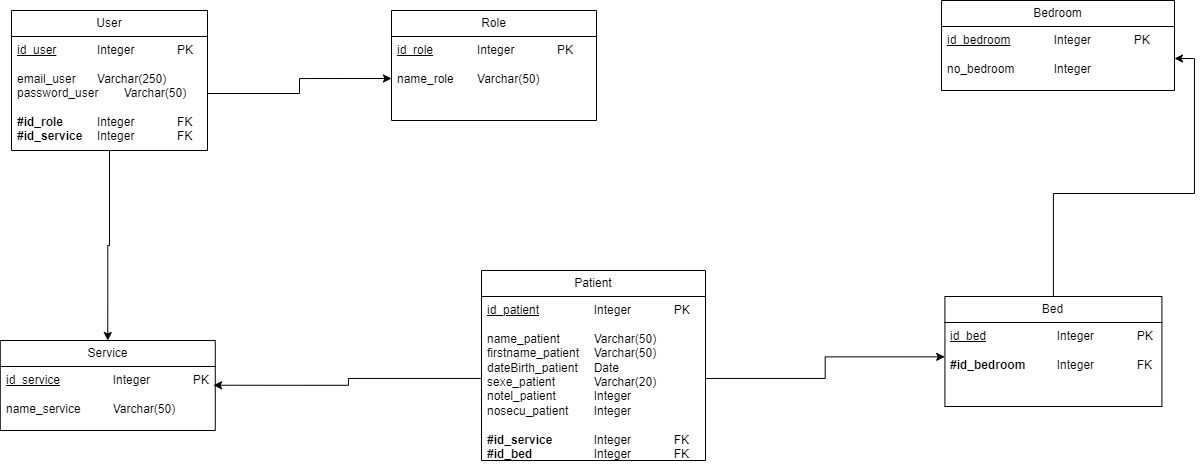
florianpoteau/CDA-Hopital-Back keeps this draw.io diagram as Merise/Merise-MPD.drawio.png. Above is the earlier version. Source tidied: cells renumbered, new cells last; positions are measured from the earlier drawing's top-left corner, leaving out a move shared by most shapes. Source of this version:
```xml
<mxGraphModel>
  <root>
    <mxCell id="0" />
    <mxCell id="1" parent="0" />
    <mxCell id="2" value="Bedroom" style="swimlane;fontStyle=0;horizontal=1;startSize=26;fillColor=none;whiteSpace=wrap;html=1;" parent="1" vertex="1">
      <mxGeometry x="941" width="233" height="90" as="geometry" />
    </mxCell>
    <mxCell id="3" value="&lt;u&gt;id_bedroom&lt;/u&gt;&lt;span style=&quot;white-space: pre;&quot;&gt;&#9;&lt;/span&gt;&lt;span style=&quot;white-space: pre;&quot;&gt;&#9;&lt;/span&gt;Integer&lt;span style=&quot;white-space: pre;&quot;&gt;&#9;&lt;/span&gt;&lt;span style=&quot;white-space: pre;&quot;&gt;&#9;&lt;/span&gt;PK&lt;div&gt;&lt;u&gt;&lt;br&gt;&lt;/u&gt;&lt;div&gt;no_bedroom&lt;span style=&quot;white-space: pre;&quot;&gt;&#9;&lt;/span&gt;&lt;span style=&quot;white-space: pre;&quot;&gt;&#9;&lt;/span&gt;Integer&lt;/div&gt;&lt;/div&gt;" style="text;strokeColor=none;fillColor=none;align=left;verticalAlign=top;spacingLeft=4;spacingRight=4;overflow=hidden;points=[[0,0.5],[1,0.5]];portConstraint=eastwest;whiteSpace=wrap;html=1;" parent="2" vertex="1">
      <mxGeometry y="26" width="233" height="64" as="geometry" />
    </mxCell>
    <mxCell id="4" style="edgeStyle=orthogonalEdgeStyle;rounded=0;jettySize=auto;html=1;entryX=1;entryY=0.5;entryDx=0;entryDy=0;" parent="1" edge="1" source="5" target="3">
      <mxGeometry relative="1" as="geometry" />
    </mxCell>
    <mxCell id="5" value="Bed" style="swimlane;fontStyle=0;horizontal=1;startSize=26;fillColor=none;whiteSpace=wrap;html=1;" parent="1" vertex="1">
      <mxGeometry x="944.4" y="296" width="217" height="110" as="geometry" />
    </mxCell>
    <mxCell id="6" value="&lt;u&gt;id_bed&lt;/u&gt;&lt;span style=&quot;white-space: pre;&quot;&gt;&#9;&lt;/span&gt;&lt;span style=&quot;white-space: pre;&quot;&gt;&#9;&lt;/span&gt;&lt;span style=&quot;white-space: pre;&quot;&gt;&#9;&lt;/span&gt;Integer&lt;span style=&quot;white-space: pre;&quot;&gt;&#9;&lt;/span&gt;&lt;span style=&quot;white-space: pre;&quot;&gt;&#9;&lt;/span&gt;PK&lt;div&gt;&lt;br&gt;&lt;/div&gt;&lt;div&gt;&lt;b&gt;#id_bedroom&lt;/b&gt;&lt;span style=&quot;white-space: pre;&quot;&gt;&#9;&lt;/span&gt;&lt;span style=&quot;white-space: pre;&quot;&gt;&#9;&lt;/span&gt;Integer&lt;span style=&quot;white-space: pre;&quot;&gt;&#9;&lt;/span&gt;&lt;span style=&quot;white-space: pre;&quot;&gt;&#9;&lt;/span&gt;FK&lt;/div&gt;" style="text;strokeColor=none;fillColor=none;align=left;verticalAlign=top;spacingLeft=4;spacingRight=4;overflow=hidden;points=[[0,0.5],[1,0.5]];portConstraint=eastwest;whiteSpace=wrap;html=1;" parent="5" vertex="1">
      <mxGeometry y="26" width="217" height="84" as="geometry" />
    </mxCell>
    <mxCell id="7" value="Role" style="swimlane;fontStyle=0;horizontal=1;startSize=26;fillColor=none;whiteSpace=wrap;html=1;" parent="1" vertex="1">
      <mxGeometry x="391" y="10" width="205" height="110" as="geometry" />
    </mxCell>
    <mxCell id="8" value="&lt;u&gt;id_role&lt;/u&gt;&lt;span style=&quot;text-decoration-line: underline; white-space: pre;&quot;&gt;&#9;&lt;/span&gt;&lt;span style=&quot;text-decoration-line: underline; white-space: pre;&quot;&gt;&#9;&lt;/span&gt;Integer&lt;span style=&quot;white-space: pre;&quot;&gt;&#9;&lt;span style=&quot;white-space: pre;&quot;&gt;&#9;&lt;/span&gt;&lt;/span&gt;PK&lt;div&gt;&lt;u&gt;&lt;br&gt;&lt;/u&gt;&lt;div&gt;name_role&lt;span style=&quot;white-space: pre;&quot;&gt;&#9;&lt;/span&gt;Varchar(50)&lt;/div&gt;&lt;/div&gt;" style="text;strokeColor=none;fillColor=none;align=left;verticalAlign=top;spacingLeft=4;spacingRight=4;overflow=hidden;points=[[0,0.5],[1,0.5]];portConstraint=eastwest;whiteSpace=wrap;html=1;" parent="7" vertex="1">
      <mxGeometry y="26" width="205" height="84" as="geometry" />
    </mxCell>
    <mxCell id="9" value="Service" style="swimlane;fontStyle=0;horizontal=1;startSize=26;fillColor=none;whiteSpace=wrap;html=1;" parent="1" vertex="1">
      <mxGeometry x="-0.2" y="340" width="215" height="90" as="geometry" />
    </mxCell>
    <mxCell id="10" value="&lt;u&gt;id_service&lt;/u&gt;&lt;span style=&quot;white-space: pre;&quot;&gt;&#9;&lt;/span&gt;&lt;span style=&quot;white-space: pre;&quot;&gt;&#9;&lt;/span&gt;Integer&lt;span style=&quot;white-space: pre;&quot;&gt;&#9;&lt;span style=&quot;white-space: pre;&quot;&gt;&#9;&lt;/span&gt;&lt;/span&gt;PK&lt;div&gt;&lt;u&gt;&lt;br&gt;&lt;/u&gt;&lt;div&gt;name_service&lt;span style=&quot;white-space: pre;&quot;&gt;&#9;&lt;/span&gt;&lt;span style=&quot;white-space: pre;&quot;&gt;&#9;&lt;/span&gt;Varchar(50)&lt;/div&gt;&lt;/div&gt;" style="text;strokeColor=none;fillColor=none;align=left;verticalAlign=top;spacingLeft=4;spacingRight=4;overflow=hidden;points=[[0,0.5],[1,0.5]];portConstraint=eastwest;whiteSpace=wrap;html=1;" parent="9" vertex="1">
      <mxGeometry y="26" width="215" height="64" as="geometry" />
    </mxCell>
    <mxCell id="11" value="Patient" style="swimlane;fontStyle=0;horizontal=1;startSize=26;fillColor=none;whiteSpace=wrap;html=1;" parent="1" vertex="1">
      <mxGeometry x="481" y="270" width="224" height="190" as="geometry" />
    </mxCell>
    <mxCell id="12" value="&lt;u&gt;id_patient&lt;/u&gt;&lt;span style=&quot;white-space: pre;&quot;&gt;&#9;&lt;/span&gt;&lt;span style=&quot;white-space: pre;&quot;&gt;&#9;&lt;/span&gt;Integer&lt;span style=&quot;white-space: pre;&quot;&gt;&#9;&lt;/span&gt;&lt;span style=&quot;white-space: pre;&quot;&gt;&#9;&lt;/span&gt;PK&lt;div&gt;&lt;u&gt;&lt;br&gt;&lt;/u&gt;&lt;div&gt;name_patient&lt;span style=&quot;white-space: pre;&quot;&gt;&#9;&lt;/span&gt;&lt;span style=&quot;white-space: pre;&quot;&gt;&#9;&lt;/span&gt;Varchar(50)&lt;/div&gt;&lt;div&gt;firstname_patient&lt;span style=&quot;white-space: pre;&quot;&gt;&#9;&lt;/span&gt;Varchar(50)&lt;/div&gt;&lt;div&gt;dateBirth_patient&lt;span style=&quot;white-space: pre;&quot;&gt;&#9;&lt;/span&gt;Date&lt;/div&gt;&lt;div&gt;sexe_patient&lt;span style=&quot;white-space: pre;&quot;&gt;&#9;&lt;/span&gt;&lt;span style=&quot;white-space: pre;&quot;&gt;&#9;&lt;/span&gt;Varchar(20)&lt;/div&gt;&lt;div&gt;notel_patient&lt;span style=&quot;white-space: pre;&quot;&gt;&#9;&lt;/span&gt;&lt;span style=&quot;white-space: pre;&quot;&gt;&#9;&lt;/span&gt;Integer&lt;/div&gt;&lt;div&gt;nosecu_patient&lt;span style=&quot;white-space: pre;&quot;&gt;&#9;&lt;/span&gt;Integer&lt;/div&gt;&lt;div&gt;&lt;br&gt;&lt;/div&gt;&lt;div&gt;&lt;b&gt;#id_service&lt;/b&gt;&lt;span style=&quot;white-space: pre;&quot;&gt;&#9;&lt;/span&gt;&lt;span style=&quot;white-space: pre;&quot;&gt;&#9;&lt;/span&gt;Integer&lt;span style=&quot;white-space: pre;&quot;&gt;&#9;&lt;/span&gt;&lt;span style=&quot;white-space: pre;&quot;&gt;&#9;&lt;/span&gt;FK&lt;/div&gt;&lt;div&gt;&lt;b&gt;#id_bed&lt;/b&gt;&lt;span style=&quot;white-space: pre;&quot;&gt;&#9;&lt;/span&gt;&lt;span style=&quot;white-space: pre;&quot;&gt;&#9;&lt;/span&gt;&lt;span style=&quot;white-space: pre;&quot;&gt;&#9;&lt;/span&gt;Integer&lt;span style=&quot;white-space: pre;&quot;&gt;&#9;&lt;/span&gt;&lt;span style=&quot;white-space: pre;&quot;&gt;&#9;&lt;/span&gt;FK&lt;/div&gt;&lt;/div&gt;" style="text;strokeColor=none;fillColor=none;align=left;verticalAlign=top;spacingLeft=4;spacingRight=4;overflow=hidden;points=[[0,0.5],[1,0.5]];portConstraint=eastwest;whiteSpace=wrap;html=1;" parent="11" vertex="1">
      <mxGeometry y="26" width="224" height="164" as="geometry" />
    </mxCell>
    <mxCell id="13" style="edgeStyle=orthogonalEdgeStyle;rounded=0;jettySize=auto;html=1;entryX=0.5;entryY=0;entryDx=0;entryDy=0;" parent="1" edge="1" source="14" target="9">
      <mxGeometry relative="1" as="geometry" />
    </mxCell>
    <mxCell id="14" value="User" style="swimlane;fontStyle=0;horizontal=1;startSize=26;fillColor=none;whiteSpace=wrap;html=1;" parent="1" vertex="1">
      <mxGeometry x="11" y="10" width="196" height="140" as="geometry" />
    </mxCell>
    <mxCell id="15" value="&lt;u&gt;id_user&lt;/u&gt;&amp;nbsp;&lt;span style=&quot;white-space: pre;&quot;&gt;&#9;&lt;/span&gt;&lt;span style=&quot;white-space: pre;&quot;&gt;&#9;&lt;/span&gt;Integer&lt;span style=&quot;white-space: pre;&quot;&gt;&#9;&lt;span style=&quot;white-space: pre;&quot;&gt;&#9;&lt;/span&gt;&lt;/span&gt;PK&lt;div&gt;&lt;br&gt;&lt;div&gt;email_user&lt;span style=&quot;white-space: pre;&quot;&gt;&#9;&lt;/span&gt;Varchar(250)&lt;/div&gt;&lt;div&gt;password_user&amp;nbsp;&lt;span style=&quot;white-space: pre;&quot;&gt;&#9;&lt;/span&gt;Varchar(50)&lt;/div&gt;&lt;div&gt;&lt;br&gt;&lt;/div&gt;&lt;div&gt;&lt;b&gt;#id_role&lt;/b&gt;&lt;span style=&quot;font-weight: bold; white-space: pre;&quot;&gt;&#9;&lt;/span&gt;&lt;span style=&quot;font-weight: bold; white-space: pre;&quot;&gt;&#9;&lt;/span&gt;Integer&lt;span style=&quot;white-space: pre;&quot;&gt;&#9;&lt;span style=&quot;white-space: pre;&quot;&gt;&#9;&lt;/span&gt;&lt;/span&gt;FK&lt;/div&gt;&lt;/div&gt;&lt;div&gt;&lt;b&gt;#id_service&lt;/b&gt;&lt;span style=&quot;font-weight: bold; white-space: pre;&quot;&gt;&#9;&lt;/span&gt;Integer&lt;span style=&quot;white-space: pre;&quot;&gt;&#9;&lt;span style=&quot;white-space: pre;&quot;&gt;&#9;&lt;/span&gt;&lt;/span&gt;FK&lt;/div&gt;" style="text;strokeColor=none;fillColor=none;align=left;verticalAlign=top;spacingLeft=4;spacingRight=4;overflow=hidden;points=[[0,0.5],[1,0.5]];portConstraint=eastwest;whiteSpace=wrap;html=1;" parent="14" vertex="1">
      <mxGeometry y="26" width="196" height="114" as="geometry" />
    </mxCell>
    <mxCell id="16" style="edgeStyle=orthogonalEdgeStyle;rounded=0;jettySize=auto;html=1;entryX=0;entryY=0.5;entryDx=0;entryDy=0;" parent="1" edge="1" source="15" target="8">
      <mxGeometry relative="1" as="geometry" />
    </mxCell>
    <mxCell id="17" style="edgeStyle=orthogonalEdgeStyle;rounded=0;jettySize=auto;html=1;entryX=0.992;entryY=0.293;entryDx=0;entryDy=0;entryPerimeter=0;" parent="1" edge="1" source="12" target="10">
      <mxGeometry relative="1" as="geometry" />
    </mxCell>
    <mxCell id="18" style="edgeStyle=orthogonalEdgeStyle;rounded=0;jettySize=auto;html=1;entryX=-0.001;entryY=0.409;entryDx=0;entryDy=0;entryPerimeter=0;" parent="1" edge="1" source="12" target="6">
      <mxGeometry relative="1" as="geometry" />
    </mxCell>
  </root>
</mxGraphModel>
```
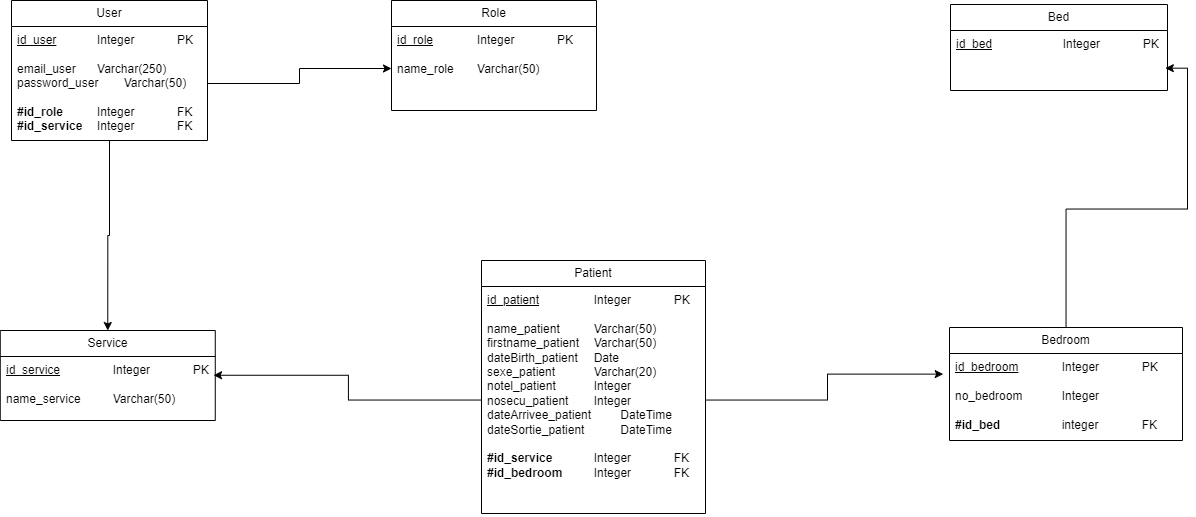
Above is the later version.

Commit message:
docs(Merise): add MCD MPD MLD dictionnaire de donnée

The edit, as a diff of the source:
```diff
@@ -3,19 +3,16 @@
     <mxCell id="0" />
     <mxCell id="1" parent="0" />
     <mxCell id="2" value="Bedroom" style="swimlane;fontStyle=0;horizontal=1;startSize=26;fillColor=none;whiteSpace=wrap;html=1;" parent="1" vertex="1">
-      <mxGeometry x="941" width="233" height="90" as="geometry" />
+      <mxGeometry x="949" y="337" width="233" height="113" as="geometry" />
     </mxCell>
-    <mxCell id="3" value="&lt;u&gt;id_bedroom&lt;/u&gt;&lt;span style=&quot;white-space: pre;&quot;&gt;&#9;&lt;/span&gt;&lt;span style=&quot;white-space: pre;&quot;&gt;&#9;&lt;/span&gt;Integer&lt;span style=&quot;white-space: pre;&quot;&gt;&#9;&lt;/span&gt;&lt;span style=&quot;white-space: pre;&quot;&gt;&#9;&lt;/span&gt;PK&lt;div&gt;&lt;u&gt;&lt;br&gt;&lt;/u&gt;&lt;div&gt;no_bedroom&lt;span style=&quot;white-space: pre;&quot;&gt;&#9;&lt;/span&gt;&lt;span style=&quot;white-space: pre;&quot;&gt;&#9;&lt;/span&gt;Integer&lt;/div&gt;&lt;/div&gt;" style="text;strokeColor=none;fillColor=none;align=left;verticalAlign=top;spacingLeft=4;spacingRight=4;overflow=hidden;points=[[0,0.5],[1,0.5]];portConstraint=eastwest;whiteSpace=wrap;html=1;" parent="2" vertex="1">
-      <mxGeometry y="26" width="233" height="64" as="geometry" />
+    <mxCell id="3" value="&lt;u&gt;id_bedroom&lt;/u&gt;&lt;span style=&quot;white-space: pre;&quot;&gt;&#9;&lt;/span&gt;&lt;span style=&quot;white-space: pre;&quot;&gt;&#9;&lt;/span&gt;Integer&lt;span style=&quot;white-space: pre;&quot;&gt;&#9;&lt;/span&gt;&lt;span style=&quot;white-space: pre;&quot;&gt;&#9;&lt;/span&gt;PK&lt;div&gt;&lt;u&gt;&lt;br&gt;&lt;/u&gt;&lt;div&gt;no_bedroom&lt;span style=&quot;white-space: pre;&quot;&gt;&#9;&lt;/span&gt;&lt;span style=&quot;white-space: pre;&quot;&gt;&#9;&lt;/span&gt;Integer&lt;/div&gt;&lt;/div&gt;&lt;div&gt;&lt;br&gt;&lt;/div&gt;&lt;div&gt;&lt;b&gt;#id_bed&lt;/b&gt;&lt;span style=&quot;font-weight: bold; white-space: pre;&quot;&gt;&#9;&lt;/span&gt;&lt;span style=&quot;font-weight: bold; white-space: pre;&quot;&gt;&#9;&lt;/span&gt;&lt;span style=&quot;font-weight: bold; white-space: pre;&quot;&gt;&#9;&lt;/span&gt;integer&lt;span style=&quot;white-space: pre;&quot;&gt;&#9;&lt;/span&gt;&lt;span style=&quot;white-space: pre;&quot;&gt;&#9;&lt;/span&gt;FK&lt;/div&gt;" style="text;strokeColor=none;fillColor=none;align=left;verticalAlign=top;spacingLeft=4;spacingRight=4;overflow=hidden;points=[[0,0.5],[1,0.5]];portConstraint=eastwest;whiteSpace=wrap;html=1;" parent="2" vertex="1">
+      <mxGeometry y="26" width="233" height="87" as="geometry" />
     </mxCell>
-    <mxCell id="4" style="edgeStyle=orthogonalEdgeStyle;rounded=0;jettySize=auto;html=1;entryX=1;entryY=0.5;entryDx=0;entryDy=0;" parent="1" edge="1" source="5" target="3">
-      <mxGeometry relative="1" as="geometry" />
-    </mxCell>
     <mxCell id="5" value="Bed" style="swimlane;fontStyle=0;horizontal=1;startSize=26;fillColor=none;whiteSpace=wrap;html=1;" parent="1" vertex="1">
-      <mxGeometry x="944.4" y="296" width="217" height="110" as="geometry" />
+      <mxGeometry x="950" y="14" width="217" height="86" as="geometry" />
     </mxCell>
-    <mxCell id="6" value="&lt;u&gt;id_bed&lt;/u&gt;&lt;span style=&quot;white-space: pre;&quot;&gt;&#9;&lt;/span&gt;&lt;span style=&quot;white-space: pre;&quot;&gt;&#9;&lt;/span&gt;&lt;span style=&quot;white-space: pre;&quot;&gt;&#9;&lt;/span&gt;Integer&lt;span style=&quot;white-space: pre;&quot;&gt;&#9;&lt;/span&gt;&lt;span style=&quot;white-space: pre;&quot;&gt;&#9;&lt;/span&gt;PK&lt;div&gt;&lt;br&gt;&lt;/div&gt;&lt;div&gt;&lt;b&gt;#id_bedroom&lt;/b&gt;&lt;span style=&quot;white-space: pre;&quot;&gt;&#9;&lt;/span&gt;&lt;span style=&quot;white-space: pre;&quot;&gt;&#9;&lt;/span&gt;Integer&lt;span style=&quot;white-space: pre;&quot;&gt;&#9;&lt;/span&gt;&lt;span style=&quot;white-space: pre;&quot;&gt;&#9;&lt;/span&gt;FK&lt;/div&gt;" style="text;strokeColor=none;fillColor=none;align=left;verticalAlign=top;spacingLeft=4;spacingRight=4;overflow=hidden;points=[[0,0.5],[1,0.5]];portConstraint=eastwest;whiteSpace=wrap;html=1;" parent="5" vertex="1">
-      <mxGeometry y="26" width="217" height="84" as="geometry" />
+    <mxCell id="6" value="&lt;u&gt;id_bed&lt;/u&gt;&lt;span style=&quot;white-space: pre;&quot;&gt;&#9;&lt;/span&gt;&lt;span style=&quot;white-space: pre;&quot;&gt;&#9;&lt;/span&gt;&lt;span style=&quot;white-space: pre;&quot;&gt;&#9;&lt;/span&gt;Integer&lt;span style=&quot;white-space: pre;&quot;&gt;&#9;&lt;/span&gt;&lt;span style=&quot;white-space: pre;&quot;&gt;&#9;&lt;/span&gt;PK&lt;div&gt;&lt;br&gt;&lt;/div&gt;" style="text;strokeColor=none;fillColor=none;align=left;verticalAlign=top;spacingLeft=4;spacingRight=4;overflow=hidden;points=[[0,0.5],[1,0.5]];portConstraint=eastwest;whiteSpace=wrap;html=1;" parent="5" vertex="1">
+      <mxGeometry y="26" width="217" height="60" as="geometry" />
     </mxCell>
     <mxCell id="7" value="Role" style="swimlane;fontStyle=0;horizontal=1;startSize=26;fillColor=none;whiteSpace=wrap;html=1;" parent="1" vertex="1">
       <mxGeometry x="391" y="10" width="205" height="110" as="geometry" />
@@ -30,10 +27,10 @@
       <mxGeometry y="26" width="215" height="64" as="geometry" />
     </mxCell>
     <mxCell id="11" value="Patient" style="swimlane;fontStyle=0;horizontal=1;startSize=26;fillColor=none;whiteSpace=wrap;html=1;" parent="1" vertex="1">
-      <mxGeometry x="481" y="270" width="224" height="190" as="geometry" />
+      <mxGeometry x="481" y="270" width="224" height="253" as="geometry" />
     </mxCell>
-    <mxCell id="12" value="&lt;u&gt;id_patient&lt;/u&gt;&lt;span style=&quot;white-space: pre;&quot;&gt;&#9;&lt;/span&gt;&lt;span style=&quot;white-space: pre;&quot;&gt;&#9;&lt;/span&gt;Integer&lt;span style=&quot;white-space: pre;&quot;&gt;&#9;&lt;/span&gt;&lt;span style=&quot;white-space: pre;&quot;&gt;&#9;&lt;/span&gt;PK&lt;div&gt;&lt;u&gt;&lt;br&gt;&lt;/u&gt;&lt;div&gt;name_patient&lt;span style=&quot;white-space: pre;&quot;&gt;&#9;&lt;/span&gt;&lt;span style=&quot;white-space: pre;&quot;&gt;&#9;&lt;/span&gt;Varchar(50)&lt;/div&gt;&lt;div&gt;firstname_patient&lt;span style=&quot;white-space: pre;&quot;&gt;&#9;&lt;/span&gt;Varchar(50)&lt;/div&gt;&lt;div&gt;dateBirth_patient&lt;span style=&quot;white-space: pre;&quot;&gt;&#9;&lt;/span&gt;Date&lt;/div&gt;&lt;div&gt;sexe_patient&lt;span style=&quot;white-space: pre;&quot;&gt;&#9;&lt;/span&gt;&lt;span style=&quot;white-space: pre;&quot;&gt;&#9;&lt;/span&gt;Varchar(20)&lt;/div&gt;&lt;div&gt;notel_patient&lt;span style=&quot;white-space: pre;&quot;&gt;&#9;&lt;/span&gt;&lt;span style=&quot;white-space: pre;&quot;&gt;&#9;&lt;/span&gt;Integer&lt;/div&gt;&lt;div&gt;nosecu_patient&lt;span style=&quot;white-space: pre;&quot;&gt;&#9;&lt;/span&gt;Integer&lt;/div&gt;&lt;div&gt;&lt;br&gt;&lt;/div&gt;&lt;div&gt;&lt;b&gt;#id_service&lt;/b&gt;&lt;span style=&quot;white-space: pre;&quot;&gt;&#9;&lt;/span&gt;&lt;span style=&quot;white-space: pre;&quot;&gt;&#9;&lt;/span&gt;Integer&lt;span style=&quot;white-space: pre;&quot;&gt;&#9;&lt;/span&gt;&lt;span style=&quot;white-space: pre;&quot;&gt;&#9;&lt;/span&gt;FK&lt;/div&gt;&lt;div&gt;&lt;b&gt;#id_bed&lt;/b&gt;&lt;span style=&quot;white-space: pre;&quot;&gt;&#9;&lt;/span&gt;&lt;span style=&quot;white-space: pre;&quot;&gt;&#9;&lt;/span&gt;&lt;span style=&quot;white-space: pre;&quot;&gt;&#9;&lt;/span&gt;Integer&lt;span style=&quot;white-space: pre;&quot;&gt;&#9;&lt;/span&gt;&lt;span style=&quot;white-space: pre;&quot;&gt;&#9;&lt;/span&gt;FK&lt;/div&gt;&lt;/div&gt;" style="text;strokeColor=none;fillColor=none;align=left;verticalAlign=top;spacingLeft=4;spacingRight=4;overflow=hidden;points=[[0,0.5],[1,0.5]];portConstraint=eastwest;whiteSpace=wrap;html=1;" parent="11" vertex="1">
-      <mxGeometry y="26" width="224" height="164" as="geometry" />
+    <mxCell id="12" value="&lt;u&gt;id_patient&lt;/u&gt;&lt;span style=&quot;white-space: pre;&quot;&gt;&#9;&lt;/span&gt;&lt;span style=&quot;white-space: pre;&quot;&gt;&#9;&lt;/span&gt;Integer&lt;span style=&quot;white-space: pre;&quot;&gt;&#9;&lt;/span&gt;&lt;span style=&quot;white-space: pre;&quot;&gt;&#9;&lt;/span&gt;PK&lt;div&gt;&lt;u&gt;&lt;br&gt;&lt;/u&gt;&lt;div&gt;name_patient&lt;span style=&quot;white-space: pre;&quot;&gt;&#9;&lt;/span&gt;&lt;span style=&quot;white-space: pre;&quot;&gt;&#9;&lt;/span&gt;Varchar(50)&lt;/div&gt;&lt;div&gt;firstname_patient&lt;span style=&quot;white-space: pre;&quot;&gt;&#9;&lt;/span&gt;Varchar(50)&lt;/div&gt;&lt;div&gt;dateBirth_patient&lt;span style=&quot;white-space: pre;&quot;&gt;&#9;&lt;/span&gt;Date&lt;/div&gt;&lt;div&gt;sexe_patient&lt;span style=&quot;white-space: pre;&quot;&gt;&#9;&lt;/span&gt;&lt;span style=&quot;white-space: pre;&quot;&gt;&#9;&lt;/span&gt;Varchar(20)&lt;/div&gt;&lt;div&gt;notel_patient&lt;span style=&quot;white-space: pre;&quot;&gt;&#9;&lt;/span&gt;&lt;span style=&quot;white-space: pre;&quot;&gt;&#9;&lt;/span&gt;Integer&lt;/div&gt;&lt;div&gt;nosecu_patient&lt;span style=&quot;white-space: pre;&quot;&gt;&#9;&lt;/span&gt;Integer&lt;/div&gt;&lt;div&gt;dateArrivee_patient&lt;span style=&quot;white-space: pre;&quot;&gt;&#9;&lt;/span&gt;&lt;span style=&quot;white-space: pre;&quot;&gt;&#9;&lt;/span&gt;DateTime&lt;/div&gt;&lt;div&gt;dateSortie_patient&lt;span style=&quot;white-space: pre;&quot;&gt;&#9;&lt;/span&gt;&lt;span style=&quot;white-space: pre;&quot;&gt;&#9;&lt;/span&gt;DateTime&lt;/div&gt;&lt;div&gt;&lt;br&gt;&lt;/div&gt;&lt;div&gt;&lt;b&gt;#id_service&lt;/b&gt;&lt;span style=&quot;white-space: pre;&quot;&gt;&#9;&lt;/span&gt;&lt;span style=&quot;white-space: pre;&quot;&gt;&#9;&lt;/span&gt;Integer&lt;span style=&quot;white-space: pre;&quot;&gt;&#9;&lt;/span&gt;&lt;span style=&quot;white-space: pre;&quot;&gt;&#9;&lt;/span&gt;FK&lt;/div&gt;&lt;div&gt;&lt;b&gt;#id_bedroom&lt;/b&gt;&lt;span style=&quot;white-space: pre;&quot;&gt;&#9;&lt;/span&gt;&lt;span style=&quot;white-space: pre;&quot;&gt;&#9;&lt;/span&gt;Integer&lt;span style=&quot;white-space: pre;&quot;&gt;&#9;&lt;/span&gt;&lt;span style=&quot;white-space: pre;&quot;&gt;&#9;&lt;/span&gt;FK&lt;/div&gt;&lt;/div&gt;" style="text;strokeColor=none;fillColor=none;align=left;verticalAlign=top;spacingLeft=4;spacingRight=4;overflow=hidden;points=[[0,0.5],[1,0.5]];portConstraint=eastwest;whiteSpace=wrap;html=1;" parent="11" vertex="1">
+      <mxGeometry y="26" width="224" height="227" as="geometry" />
     </mxCell>
     <mxCell id="13" style="edgeStyle=orthogonalEdgeStyle;rounded=0;jettySize=auto;html=1;entryX=0.5;entryY=0;entryDx=0;entryDy=0;" parent="1" edge="1" source="14" target="9">
       <mxGeometry relative="1" as="geometry" />
@@ -50,8 +47,11 @@
     <mxCell id="17" style="edgeStyle=orthogonalEdgeStyle;rounded=0;jettySize=auto;html=1;entryX=0.992;entryY=0.293;entryDx=0;entryDy=0;entryPerimeter=0;" parent="1" edge="1" source="12" target="10">
       <mxGeometry relative="1" as="geometry" />
     </mxCell>
-    <mxCell id="18" style="edgeStyle=orthogonalEdgeStyle;rounded=0;jettySize=auto;html=1;entryX=-0.001;entryY=0.409;entryDx=0;entryDy=0;entryPerimeter=0;" parent="1" edge="1" source="12" target="6">
+    <mxCell id="18" style="edgeStyle=orthogonalEdgeStyle;rounded=0;jettySize=auto;html=1;entryX=-0.027;entryY=0.237;entryDx=0;entryDy=0;entryPerimeter=0;" parent="1" edge="1" source="12" target="3">
       <mxGeometry relative="1" as="geometry" />
     </mxCell>
+    <mxCell id="19" style="edgeStyle=orthogonalEdgeStyle;rounded=0;jettySize=auto;html=1;entryX=0.99;entryY=0.628;entryDx=0;entryDy=0;entryPerimeter=0;" parent="1" edge="1" source="2" target="6">
+      <mxGeometry relative="1" as="geometry" />
+    </mxCell>
   </root>
 </mxGraphModel>
```
